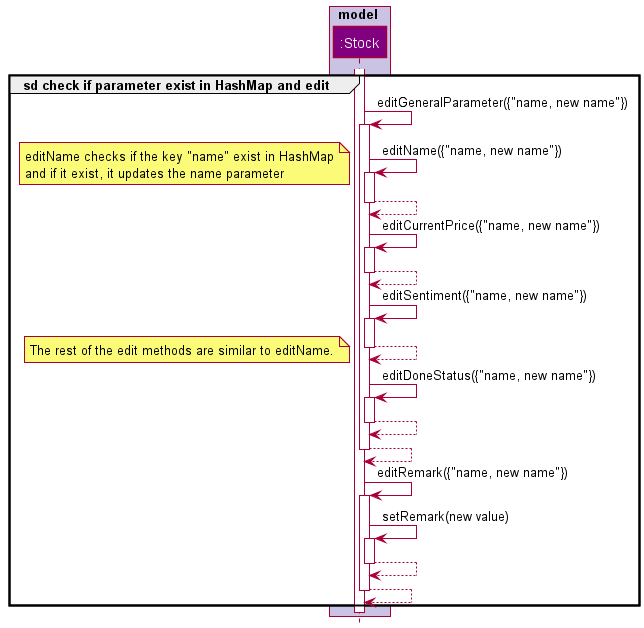
williamlamjy/mTracker keeps this PlantUML diagram as docs/images/EditExecuteRefrence.png. Above is the earlier version.
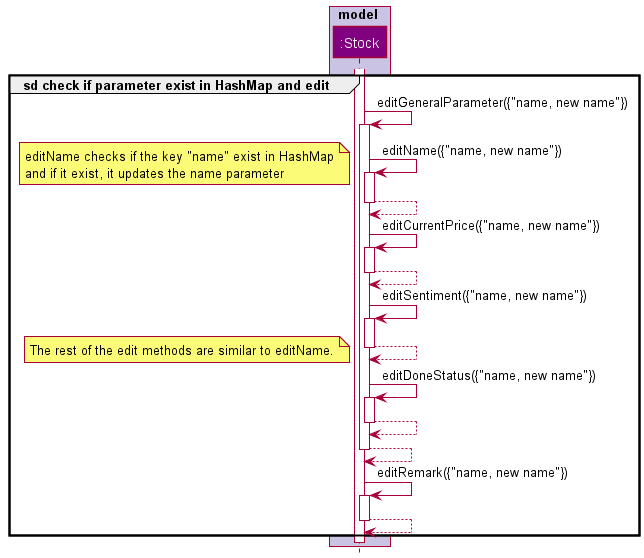
After the change.

What changed in the source:
```diff
@@ -40,11 +40,6 @@
 Instrument -> Instrument: editRemark({"name, new name"})
 activate Instrument
 
-Instrument -> Instrument: setRemark(new value)
-activate Instrument
-Instrument --> Instrument
-deactivate Instrument
-
 Instrument --> Instrument
 deactivate Instrument
 
```
